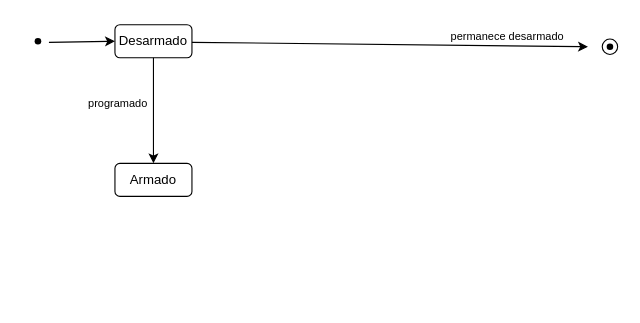
The draw.io diagram Engenharia_de_Software_Fundamentos/Diagrama sem nome.drawio in GalegoSonolento/Computer-Science---Unisinos, before the edit. Source tidied: cells renumbered, new cells numbered last; positions are measured from the earlier drawing's top-left corner, leaving out a move shared by most shapes. Both pictures are drawn from the tidied source at 110%, with x=0, y=0 at pixel (26, 19).
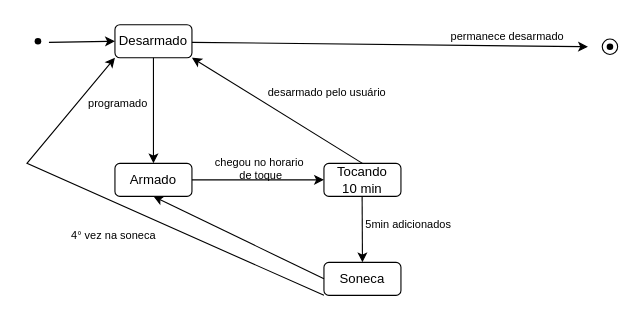
After the change.

Commit message:
Diagrama_de_estados_alarme

Unchanged cells that the change refers to:
```xml
<mxCell id="3" value="Desarmado" style="rounded=1;whiteSpace=wrap;html=1;" parent="1" vertex="1">
  <mxGeometry x="80" y="5" width="70" height="30" as="geometry" />
</mxCell>
<mxCell id="9" value="Armado" style="rounded=1;whiteSpace=wrap;html=1;" parent="1" vertex="1">
  <mxGeometry x="80" y="131" width="70" height="30" as="geometry" />
</mxCell>
```

What changed in the source:
```diff
@@
+    <mxCell id="12" value="&lt;div&gt;Tocando&lt;/div&gt;&lt;div&gt;10 min&lt;br&gt;&lt;/div&gt;" style="rounded=1;whiteSpace=wrap;html=1;" parent="1" vertex="1">
+      <mxGeometry x="270" y="131" width="70" height="30" as="geometry" />
+    </mxCell>
+    <mxCell id="13" style="endArrow=classic;html=1;rounded=0;entryX=0;entryY=0.5;entryDx=0;entryDy=0;exitX=1;exitY=0.5;exitDx=0;exitDy=0;" parent="1" edge="1" source="9" target="12">
+      <mxGeometry relative="1" as="geometry" />
+    </mxCell>
+    <mxCell id="14" value="desarmado pelo usuário" style="text;html=1;align=center;verticalAlign=middle;whiteSpace=wrap;rounded=0;fontSize=10;" parent="1" vertex="1">
+      <mxGeometry x="206" y="51" width="134" height="30" as="geometry" />
+    </mxCell>
+    <mxCell id="15" value="5min adicionados" style="text;html=1;align=center;verticalAlign=middle;whiteSpace=wrap;rounded=0;fontSize=10;" parent="1" vertex="1">
+      <mxGeometry x="280" y="171" width="134" height="30" as="geometry" />
+    </mxCell>
+    <mxCell id="16" style="endArrow=classic;html=1;rounded=0;exitX=0.5;exitY=0;exitDx=0;exitDy=0;entryX=1;entryY=1;entryDx=0;entryDy=0;" parent="1" edge="1" source="12" target="3">
+      <mxGeometry relative="1" as="geometry" />
+    </mxCell>
+    <mxCell id="17" value="&lt;div&gt;chegou no horario&amp;nbsp;&lt;/div&gt;&lt;div&gt;de toque&lt;/div&gt;" style="text;html=1;align=center;verticalAlign=middle;whiteSpace=wrap;rounded=0;fontSize=10;" parent="1" vertex="1">
+      <mxGeometry x="146" y="121" width="134" height="30" as="geometry" />
+    </mxCell>
+    <mxCell id="18" value="Soneca" style="rounded=1;whiteSpace=wrap;html=1;" parent="1" vertex="1">
+      <mxGeometry x="270" y="221" width="70" height="30" as="geometry" />
+    </mxCell>
+    <mxCell id="19" style="endArrow=classic;html=1;rounded=0;exitX=0.5;exitY=1;exitDx=0;exitDy=0;" parent="1" edge="1">
+      <mxGeometry relative="1" as="geometry">
+        <mxPoint x="304.7" y="161" as="sourcePoint" />
+        <mxPoint x="305" y="221" as="targetPoint" />
+      </mxGeometry>
+    </mxCell>
+    <mxCell id="20" style="endArrow=classic;html=1;rounded=0;exitX=0;exitY=0.5;exitDx=0;exitDy=0;entryX=0.5;entryY=1;entryDx=0;entryDy=0;" parent="1" edge="1" source="18" target="9">
+      <mxGeometry relative="1" as="geometry" />
+    </mxCell>
+    <mxCell id="21" style="endArrow=classic;html=1;rounded=0;exitX=0;exitY=1;exitDx=0;exitDy=0;entryX=0;entryY=1;entryDx=0;entryDy=0;" parent="1" edge="1" source="18" target="3">
+      <mxGeometry relative="1" as="geometry">
+        <Array as="points">
+          <mxPoint y="131" />
+        </Array>
+      </mxGeometry>
+    </mxCell>
+    <mxCell id="22" value="4° vez na soneca" style="text;html=1;align=center;verticalAlign=middle;whiteSpace=wrap;rounded=0;fontSize=10;" parent="1" vertex="1">
+      <mxGeometry x="12" y="181" width="134" height="30" as="geometry" />
+    </mxCell>
```
